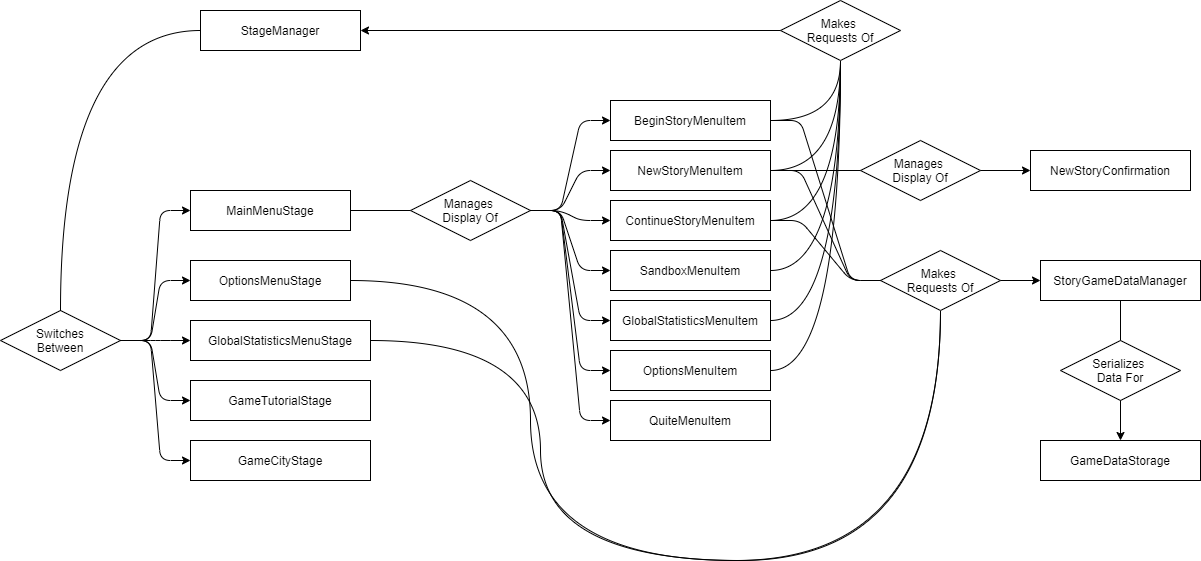
Earlier version of the draw.io export docs/images/main_menu_erd.png (gaudeon/interstice_fall_of_atlas). Source tidied: cells renumbered, new cells last; positions are measured from the earlier drawing's top-left corner, leaving out a move shared by most shapes.
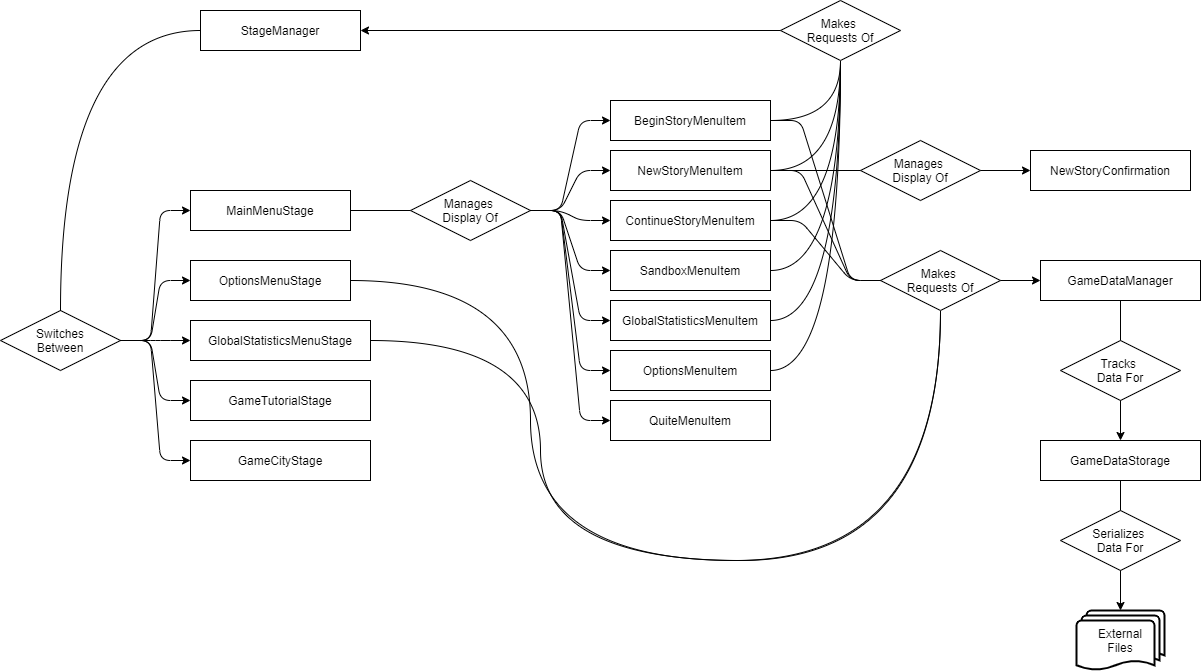
Above is the later version.

Commit message:
add game data object design, updated other related designs

Change to the diagram source:
```diff
@@ -14,7 +14,7 @@
     <mxCell id="5" value="NewStoryConfirmation" style="whiteSpace=wrap;html=1;align=center;" parent="1" vertex="1">
       <mxGeometry x="1030" y="150" width="160" height="40" as="geometry" />
     </mxCell>
-    <mxCell id="6" value="StoryGameDataManager" style="whiteSpace=wrap;html=1;align=center;" parent="1" vertex="1">
+    <mxCell id="6" value="GameDataManager" style="whiteSpace=wrap;html=1;align=center;" parent="1" vertex="1">
       <mxGeometry x="1040" y="260" width="160" height="40" as="geometry" />
     </mxCell>
     <mxCell id="7" value="GameDataStorage" style="whiteSpace=wrap;html=1;align=center;" parent="1" vertex="1">
@@ -122,7 +122,7 @@
     <mxCell id="41" style="fontSize=12;html=1;endArrow=classic;endFill=1;exitX=1;exitY=0.5;exitDx=0;exitDy=0;entryX=0;entryY=0.5;entryDx=0;entryDy=0;" parent="1" edge="1" source="36" target="6">
       <mxGeometry relative="1" as="geometry" />
     </mxCell>
-    <mxCell id="42" value="Serializes &lt;br&gt;Data For" style="shape=rhombus;perimeter=rhombusPerimeter;whiteSpace=wrap;html=1;align=center;" parent="1" vertex="1">
+    <mxCell id="42" value="Tracks&amp;nbsp;&lt;br&gt;Data For" style="shape=rhombus;perimeter=rhombusPerimeter;whiteSpace=wrap;html=1;align=center;" parent="1" vertex="1">
       <mxGeometry x="1060" y="340" width="120" height="60" as="geometry" />
     </mxCell>
     <mxCell id="43" style="fontSize=12;html=1;endArrow=none;startArrow=none;exitX=0.5;exitY=1;exitDx=0;exitDy=0;entryX=0.5;entryY=0;entryDx=0;entryDy=0;endFill=0;startFill=0;" parent="1" edge="1" source="6" target="42">
@@ -176,5 +176,17 @@
         </Array>
       </mxGeometry>
     </mxCell>
+    <mxCell id="56" value="Serializes&amp;nbsp;&lt;br&gt;Data For" style="shape=rhombus;perimeter=rhombusPerimeter;whiteSpace=wrap;html=1;align=center;" parent="1" vertex="1">
+      <mxGeometry x="1060" y="510" width="120" height="60" as="geometry" />
+    </mxCell>
+    <mxCell id="57" value="External&lt;br&gt;Files" style="strokeWidth=2;html=1;shape=mxgraph.flowchart.multi-document;whiteSpace=wrap;" parent="1" vertex="1">
+      <mxGeometry x="1076" y="610" width="88" height="60" as="geometry" />
+    </mxCell>
+    <mxCell id="58" style="fontSize=12;html=1;endArrow=none;startArrow=none;exitX=0.5;exitY=1;exitDx=0;exitDy=0;entryX=0.5;entryY=0;entryDx=0;entryDy=0;endFill=0;startFill=0;" parent="1" edge="1" source="7" target="56">
+      <mxGeometry relative="1" as="geometry" />
+    </mxCell>
+    <mxCell id="59" style="fontSize=12;html=1;endArrow=none;startArrow=classic;exitX=0.5;exitY=0;exitDx=0;exitDy=0;endFill=0;startFill=1;exitPerimeter=0;entryX=0.5;entryY=1;entryDx=0;entryDy=0;" parent="1" edge="1" source="57" target="56">
+      <mxGeometry relative="1" as="geometry" />
+    </mxCell>
   </root>
 </mxGraphModel>
```
